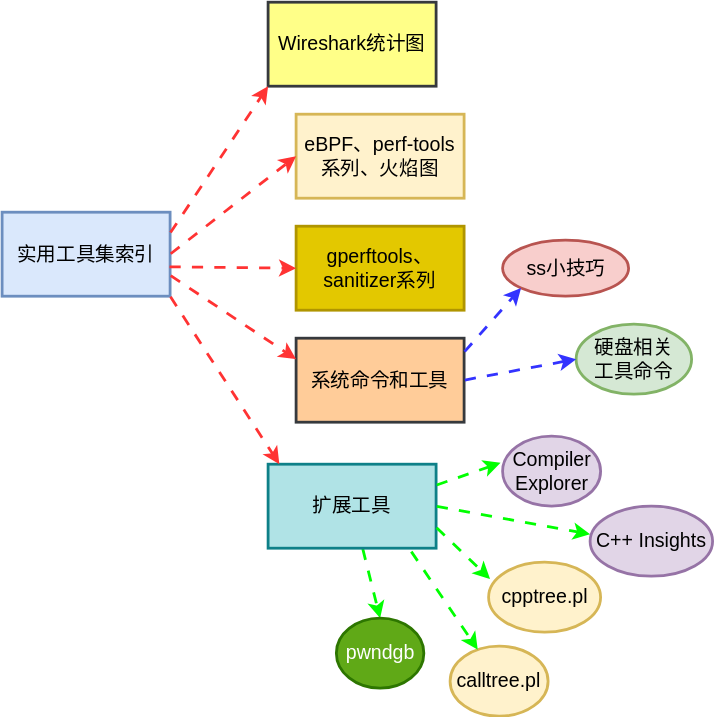
The draw.io diagram images/handy-tools.drawio.svg in xiaodongQ/xiaodongq.github.io, before a commit. Source tidied: cells renumbered, new cells last; positions are measured from the earlier drawing's top-left corner, leaving out a move shared by most shapes.
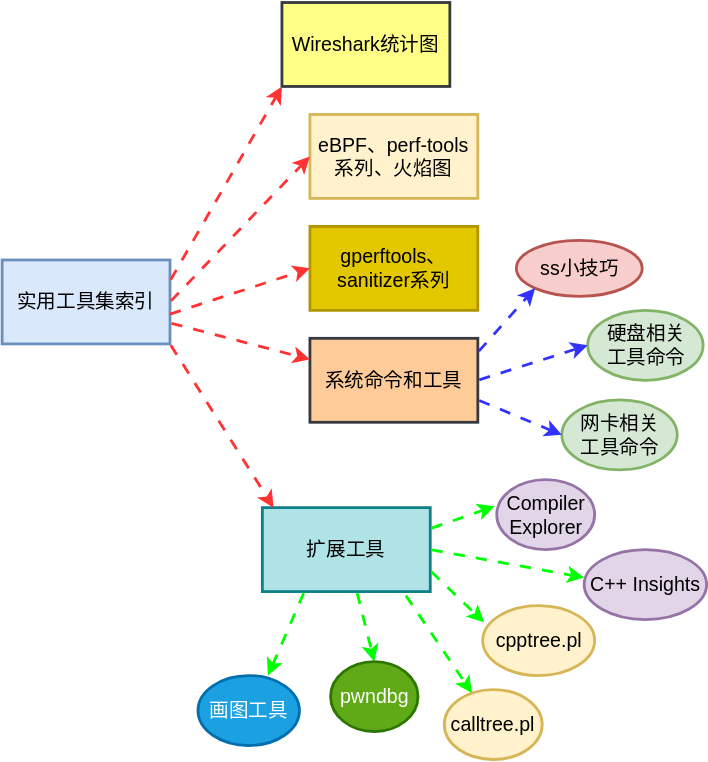
After the change.

Diff of the diagram source:
```diff
@@ -6,19 +6,19 @@
       <mxGeometry y="150" width="120" height="60" as="geometry" />
     </mxCell>
     <mxCell id="3" value="Wireshark统计图" style="whiteSpace=wrap;html=1;strokeColor=#36393d;strokeWidth=2;align=center;verticalAlign=middle;fontFamily=Helvetica;fontSize=14;fillColor=#ffff88;" parent="1" vertex="1">
-      <mxGeometry x="190" width="120" height="60" as="geometry" />
+      <mxGeometry x="200" y="-34" width="120" height="60" as="geometry" />
     </mxCell>
     <mxCell id="4" value="eBPF、perf-tools系列、火焰图" style="whiteSpace=wrap;html=1;strokeColor=#d6b656;strokeWidth=2;align=center;verticalAlign=middle;fontFamily=Helvetica;fontSize=14;fillColor=#fff2cc;" parent="1" vertex="1">
-      <mxGeometry x="210" y="80" width="120" height="60" as="geometry" />
+      <mxGeometry x="220" y="46" width="120" height="60" as="geometry" />
     </mxCell>
     <mxCell id="5" value="系统命令和工具" style="whiteSpace=wrap;html=1;strokeColor=#36393d;strokeWidth=2;align=center;verticalAlign=middle;fontFamily=Helvetica;fontSize=14;fillColor=#ffcc99;" parent="1" vertex="1">
-      <mxGeometry x="210" y="240" width="120" height="60" as="geometry" />
+      <mxGeometry x="220" y="206" width="120" height="60" as="geometry" />
     </mxCell>
     <mxCell id="6" style="edgeStyle=none;shape=connector;rounded=0;jettySize=auto;html=1;entryX=0.5;entryY=0;entryDx=0;entryDy=0;strokeColor=#00FF00;strokeWidth=2;align=center;verticalAlign=middle;fontFamily=Helvetica;fontSize=14;fontColor=default;labelBackgroundColor=none;endArrow=classic;flowAnimation=1;" parent="1" edge="1" source="7" target="14">
       <mxGeometry relative="1" as="geometry" />
     </mxCell>
     <mxCell id="7" value="扩展工具" style="whiteSpace=wrap;html=1;strokeColor=#0e8088;strokeWidth=2;align=center;verticalAlign=middle;fontFamily=Helvetica;fontSize=14;fillColor=#b0e3e6;" parent="1" vertex="1">
-      <mxGeometry x="190" y="330" width="120" height="60" as="geometry" />
+      <mxGeometry x="186" y="327" width="120" height="60" as="geometry" />
     </mxCell>
     <mxCell id="8" style="edgeStyle=none;jettySize=auto;html=1;rounded=0;fontFamily=Helvetica;fontSize=14;fontColor=default;exitX=1;exitY=0.25;exitDx=0;exitDy=0;entryX=0;entryY=1;entryDx=0;entryDy=0;strokeWidth=2;strokeColor=#FF3333;flowAnimation=1;" parent="1" edge="1" source="2" target="3">
       <mxGeometry relative="1" as="geometry" />
@@ -33,35 +33,35 @@
       <mxGeometry relative="1" as="geometry" />
     </mxCell>
     <mxCell id="12" value="gperftools、sanitizer系列" style="whiteSpace=wrap;html=1;strokeColor=#B09500;strokeWidth=2;align=center;verticalAlign=middle;fontFamily=Helvetica;fontSize=14;labelBackgroundColor=none;fillColor=#e3c800;fontColor=#000000;" parent="1" vertex="1">
-      <mxGeometry x="210" y="160" width="120" height="60" as="geometry" />
+      <mxGeometry x="220" y="126" width="120" height="60" as="geometry" />
     </mxCell>
     <mxCell id="13" style="edgeStyle=none;jettySize=auto;html=1;rounded=0;strokeColor=#FF3333;strokeWidth=2;align=center;verticalAlign=middle;fontFamily=Helvetica;fontSize=14;fontColor=default;labelBackgroundColor=none;endArrow=classic;flowAnimation=1;exitX=0.992;exitY=0.65;exitDx=0;exitDy=0;exitPerimeter=0;entryX=0;entryY=0.5;entryDx=0;entryDy=0;" parent="1" edge="1" source="2" target="12">
       <mxGeometry relative="1" as="geometry" />
     </mxCell>
-    <mxCell id="14" value="pwndgb" style="ellipse;whiteSpace=wrap;html=1;strokeColor=#2D7600;strokeWidth=2;align=center;verticalAlign=middle;fontFamily=Helvetica;fontSize=14;fontColor=#ffffff;labelBackgroundColor=none;fillColor=#60a917;" parent="1" vertex="1">
-      <mxGeometry x="238.8" y="440" width="62.5" height="50" as="geometry" />
+    <mxCell id="14" value="pwndbg" style="ellipse;whiteSpace=wrap;html=1;strokeColor=#2D7600;strokeWidth=2;align=center;verticalAlign=middle;fontFamily=Helvetica;fontSize=14;fontColor=#ffffff;labelBackgroundColor=none;fillColor=#60a917;" parent="1" vertex="1">
+      <mxGeometry x="234.8" y="437" width="62.5" height="50" as="geometry" />
     </mxCell>
     <mxCell id="15" value="ss小技巧" style="ellipse;whiteSpace=wrap;html=1;strokeColor=#b85450;strokeWidth=2;align=center;verticalAlign=middle;fontFamily=Helvetica;fontSize=14;labelBackgroundColor=none;fillColor=#f8cecc;" parent="1" vertex="1">
-      <mxGeometry x="357.5" y="170" width="90" height="40" as="geometry" />
+      <mxGeometry x="367.5" y="136" width="90" height="40" as="geometry" />
     </mxCell>
     <mxCell id="16" value="硬盘相关&lt;div&gt;工具命令&lt;/div&gt;" style="ellipse;whiteSpace=wrap;html=1;strokeWidth=2;align=center;verticalAlign=middle;fontFamily=Helvetica;fontSize=14;labelBackgroundColor=none;fillColor=#d5e8d4;strokeColor=#82b366;" parent="1" vertex="1">
-      <mxGeometry x="410" y="230" width="82.5" height="50" as="geometry" />
+      <mxGeometry x="418.5" y="186" width="82.5" height="50" as="geometry" />
     </mxCell>
     <mxCell id="17" value="Compiler Explorer" style="ellipse;whiteSpace=wrap;html=1;strokeColor=#9673a6;strokeWidth=2;align=center;verticalAlign=middle;fontFamily=Helvetica;fontSize=14;labelBackgroundColor=none;fillColor=#e1d5e7;" parent="1" vertex="1">
-      <mxGeometry x="357.5" y="310" width="70" height="50" as="geometry" />
+      <mxGeometry x="353.5" y="307" width="70" height="50" as="geometry" />
     </mxCell>
     <mxCell id="18" value="C++ Insights" style="ellipse;whiteSpace=wrap;html=1;strokeColor=#9673a6;strokeWidth=2;align=center;verticalAlign=middle;fontFamily=Helvetica;fontSize=14;labelBackgroundColor=none;fillColor=#e1d5e7;" parent="1" vertex="1">
-      <mxGeometry x="420" y="360" width="87.5" height="50" as="geometry" />
+      <mxGeometry x="416" y="357" width="87.5" height="50" as="geometry" />
     </mxCell>
     <mxCell id="19" value="calltree.pl" style="ellipse;whiteSpace=wrap;html=1;strokeColor=#d6b656;strokeWidth=2;align=center;verticalAlign=middle;fontFamily=Helvetica;fontSize=14;labelBackgroundColor=none;fillColor=#fff2cc;" parent="1" vertex="1">
-      <mxGeometry x="320" y="460" width="70" height="50" as="geometry" />
+      <mxGeometry x="316" y="457" width="70" height="50" as="geometry" />
     </mxCell>
     <mxCell id="20" value="cpptree.pl" style="ellipse;whiteSpace=wrap;html=1;strokeColor=#d6b656;strokeWidth=2;align=center;verticalAlign=middle;fontFamily=Helvetica;fontSize=14;labelBackgroundColor=none;fillColor=#fff2cc;" parent="1" vertex="1">
-      <mxGeometry x="347.5" y="400" width="80" height="50" as="geometry" />
+      <mxGeometry x="343.5" y="397" width="80" height="50" as="geometry" />
     </mxCell>
     <mxCell id="21" style="edgeStyle=none;jettySize=auto;html=1;rounded=0;strokeColor=#3333FF;strokeWidth=2;align=center;verticalAlign=middle;fontFamily=Helvetica;fontSize=14;fontColor=default;labelBackgroundColor=none;endArrow=classic;flowAnimation=1;entryX=0;entryY=1;entryDx=0;entryDy=0;fillColor=#6a00ff;" parent="1" edge="1" target="15">
       <mxGeometry relative="1" as="geometry">
-        <mxPoint x="330" y="250" as="sourcePoint" />
+        <mxPoint x="340" y="216" as="sourcePoint" />
       </mxGeometry>
     </mxCell>
     <mxCell id="22" style="edgeStyle=none;jettySize=auto;html=1;rounded=0;strokeColor=#3333FF;strokeWidth=2;align=center;verticalAlign=middle;fontFamily=Helvetica;fontSize=14;fontColor=default;labelBackgroundColor=none;endArrow=classic;flowAnimation=1;exitX=1;exitY=0.5;exitDx=0;exitDy=0;entryX=0;entryY=0.5;entryDx=0;entryDy=0;" parent="1" edge="1" source="5" target="16">
@@ -72,7 +72,7 @@
     </mxCell>
     <mxCell id="24" style="edgeStyle=none;jettySize=auto;html=1;rounded=0;strokeColor=#00FF00;strokeWidth=2;align=center;verticalAlign=middle;fontFamily=Helvetica;fontSize=14;fontColor=default;labelBackgroundColor=none;endArrow=classic;flowAnimation=1;exitX=1;exitY=0.5;exitDx=0;exitDy=0;" parent="1" edge="1" source="7">
       <mxGeometry relative="1" as="geometry">
-        <mxPoint x="420" y="380" as="targetPoint" />
+        <mxPoint x="416" y="377" as="targetPoint" />
       </mxGeometry>
     </mxCell>
     <mxCell id="25" style="edgeStyle=none;jettySize=auto;html=1;rounded=0;strokeColor=#00FF00;strokeWidth=2;align=center;verticalAlign=middle;fontFamily=Helvetica;fontSize=14;fontColor=default;labelBackgroundColor=none;endArrow=classic;flowAnimation=1;exitX=0.85;exitY=1.033;exitDx=0;exitDy=0;exitPerimeter=0;" parent="1" edge="1" source="7" target="19">
@@ -81,5 +81,17 @@
     <mxCell id="26" style="edgeStyle=none;jettySize=auto;html=1;rounded=0;strokeColor=#00FF00;strokeWidth=2;align=center;verticalAlign=middle;fontFamily=Helvetica;fontSize=14;fontColor=default;labelBackgroundColor=none;endArrow=classic;flowAnimation=1;exitX=1;exitY=0.75;exitDx=0;exitDy=0;entryX=0.013;entryY=0.24;entryDx=0;entryDy=0;entryPerimeter=0;" parent="1" edge="1" source="7" target="20">
       <mxGeometry relative="1" as="geometry" />
     </mxCell>
+    <mxCell id="27" value="网卡相关&lt;div&gt;工具命令&lt;/div&gt;" style="ellipse;whiteSpace=wrap;html=1;strokeWidth=2;align=center;verticalAlign=middle;fontFamily=Helvetica;fontSize=14;labelBackgroundColor=none;fillColor=#d5e8d4;strokeColor=#82b366;" parent="1" vertex="1">
+      <mxGeometry x="400" y="250" width="82.5" height="50" as="geometry" />
+    </mxCell>
+    <mxCell id="28" style="edgeStyle=none;jettySize=auto;html=1;rounded=0;strokeColor=#3333FF;strokeWidth=2;align=center;verticalAlign=middle;fontFamily=Helvetica;fontSize=14;fontColor=default;labelBackgroundColor=none;endArrow=classic;flowAnimation=1;exitX=1;exitY=0.733;exitDx=0;exitDy=0;entryX=0;entryY=0.5;entryDx=0;entryDy=0;exitPerimeter=0;" parent="1" edge="1" source="5" target="27">
+      <mxGeometry relative="1" as="geometry" />
+    </mxCell>
+    <mxCell id="29" value="画图工具" style="ellipse;whiteSpace=wrap;html=1;strokeColor=#006EAF;strokeWidth=2;align=center;verticalAlign=middle;fontFamily=Helvetica;fontSize=14;labelBackgroundColor=none;fillColor=#1ba1e2;fontColor=#ffffff;" parent="1" vertex="1">
+      <mxGeometry x="140" y="447" width="72.5" height="50" as="geometry" />
+    </mxCell>
+    <mxCell id="30" style="edgeStyle=none;shape=connector;rounded=0;jettySize=auto;html=1;entryX=0.69;entryY=0;entryDx=0;entryDy=0;strokeColor=#00FF00;strokeWidth=2;align=center;verticalAlign=middle;fontFamily=Helvetica;fontSize=14;fontColor=default;labelBackgroundColor=none;endArrow=classic;flowAnimation=1;exitX=0.25;exitY=1;exitDx=0;exitDy=0;entryPerimeter=0;" parent="1" edge="1" source="7" target="29">
+      <mxGeometry relative="1" as="geometry" />
+    </mxCell>
   </root>
 </mxGraphModel>
```
